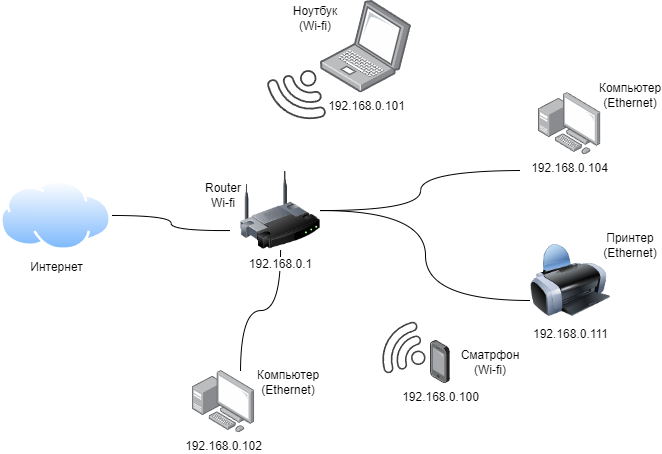
Earlier version of the draw.io export part-tech/osi/image/data-link.png (NikitaVasil/knowledge_base). Source tidied: cells renumbered, new cells last; positions are measured from the earlier drawing's top-left corner, leaving out a move shared by most shapes.
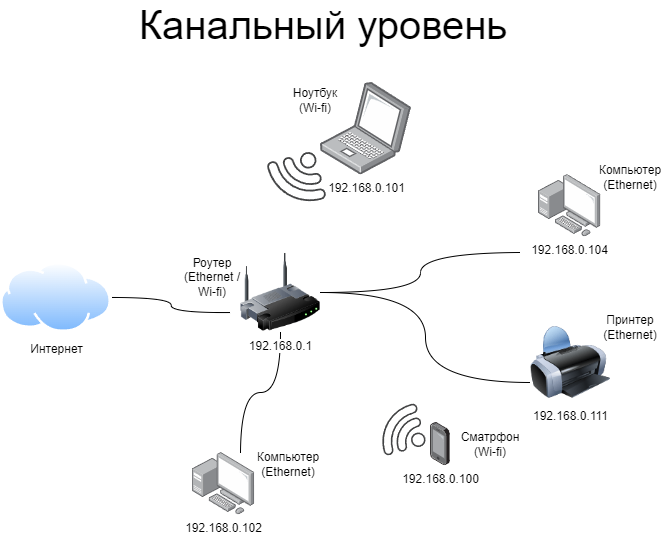
After the commit.

What changed in the source:
```diff
@@ -38,8 +38,8 @@
     <mxCell id="11" value="192.168.0.1" style="image;html=1;image=img/lib/clip_art/networking/Wireless_Router_128x128.png;" parent="1" vertex="1">
       <mxGeometry x="240" y="170" width="80" height="80" as="geometry" />
     </mxCell>
-    <mxCell id="12" value="Router &lt;br&gt;Wi-fi" style="text;html=1;align=center;verticalAlign=middle;whiteSpace=wrap;rounded=0;" parent="1" vertex="1">
-      <mxGeometry x="193" y="180" width="60" height="30" as="geometry" />
+    <mxCell id="12" value="Роутер&lt;br&gt;(Ethernet / Wi-fi)" style="text;html=1;align=center;verticalAlign=middle;whiteSpace=wrap;rounded=0;" parent="1" vertex="1">
+      <mxGeometry x="182" y="180" width="60" height="30" as="geometry" />
     </mxCell>
     <mxCell id="13" style="sketch=0;shadow=0;dashed=0;html=1;strokeColor=none;fillColor=#434445;labelPosition=center;verticalLabelPosition=bottom;verticalAlign=top;align=center;shape=mxgraph.vvd.wi_fi;rotation=-195;" parent="1" vertex="1">
       <mxGeometry x="271" y="73" width="50" height="50" as="geometry" />
@@ -65,5 +65,8 @@
     <mxCell id="20" style="sketch=0;shadow=0;dashed=0;html=1;strokeColor=none;fillColor=#434445;labelPosition=center;verticalLabelPosition=bottom;verticalAlign=top;align=center;shape=mxgraph.vvd.wi_fi;rotation=-105;" parent="1" vertex="1">
       <mxGeometry x="378" y="325" width="44" height="44" as="geometry" />
     </mxCell>
+    <mxCell id="21" value="Канальный уровень" style="text;html=1;align=center;verticalAlign=middle;whiteSpace=wrap;rounded=0;fontSize=40;" parent="1" vertex="1">
+      <mxGeometry x="108" y="-73" width="430" height="30" as="geometry" />
+    </mxCell>
   </root>
 </mxGraphModel>
```
